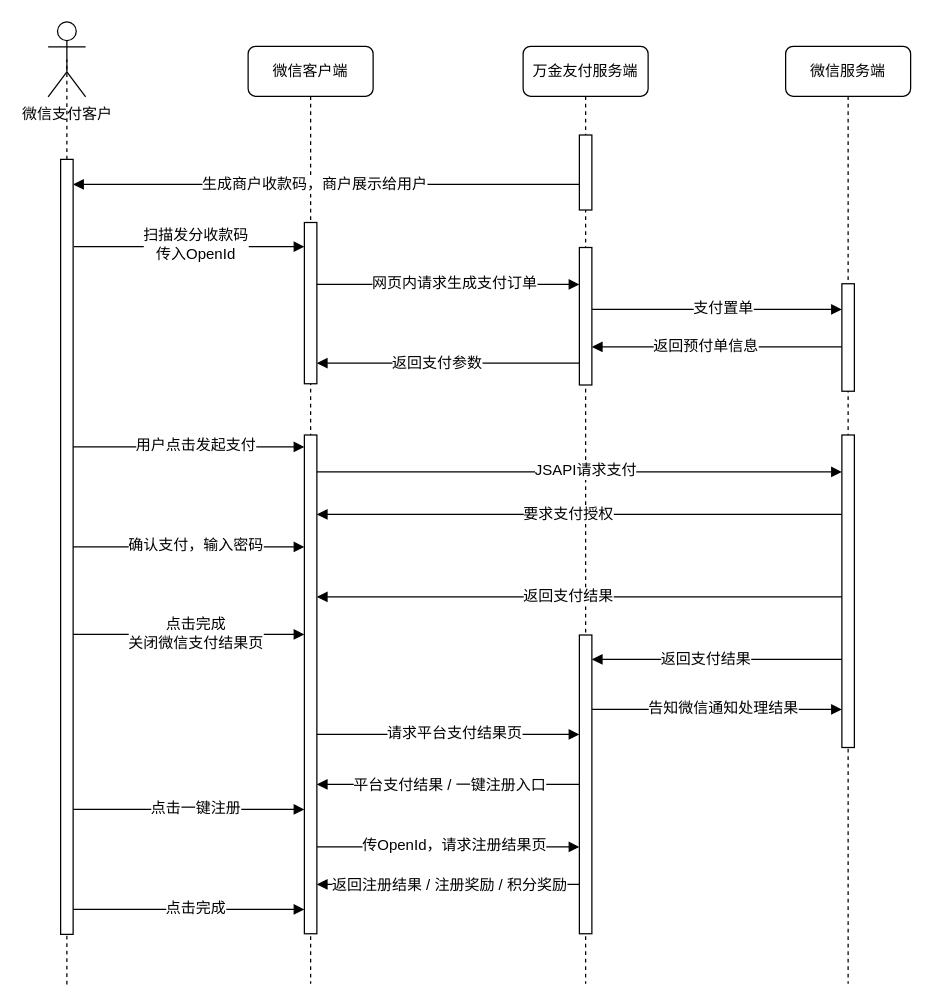
Before: page "场景2-非万金友会员支付" (2 of 5) of Untitled Diagram.drawio in firefirefirewood/Hello-World, a draw.io diagram. Source tidied: cells renumbered, new cells numbered last; positions are measured from the earlier drawing's top-left corner, leaving out a move shared by most shapes. Both pictures are drawn from the tidied source at 125%, with x=0, y=0 at pixel (48, 21).
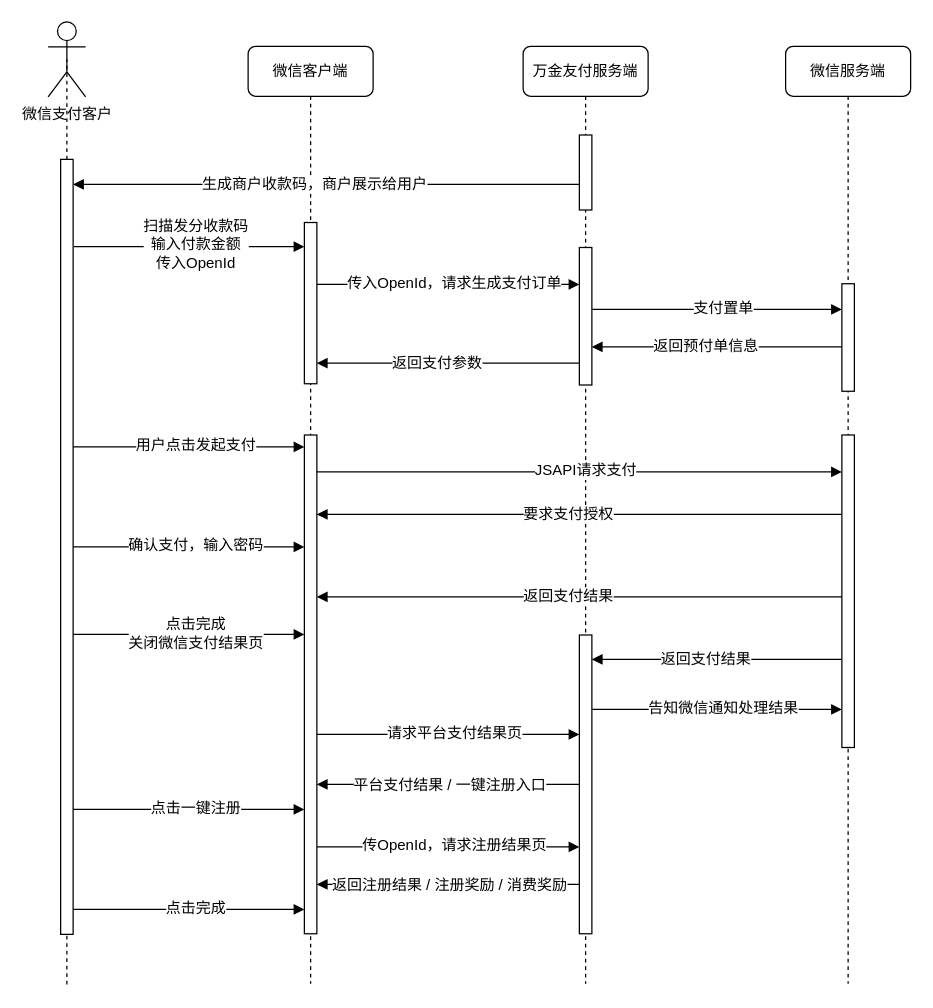
After the change.

The change refers to these unchanged cells:
```xml
<mxCell id="12" style="html=1;verticalAlign=bottom;endArrow=block;labelBackgroundColor=none;fontFamily=Verdana;fontSize=12;elbow=vertical;exitX=1.059;exitY=0.094;exitDx=0;exitDy=0;exitPerimeter=0;" parent="1" edge="1">
  <mxGeometry relative="1" as="geometry">
    <mxPoint x="20.6" y="179.8" as="sourcePoint" />
    <mxPoint x="205" y="179.8" as="targetPoint" />
  </mxGeometry>
</mxCell>
<mxCell id="19" style="html=1;verticalAlign=bottom;endArrow=block;labelBackgroundColor=none;fontFamily=Verdana;fontSize=12;elbow=vertical;" parent="1" edge="1">
  <mxGeometry relative="1" as="geometry">
    <mxPoint x="215" y="210" as="sourcePoint" />
    <mxPoint x="425" y="210" as="targetPoint" />
  </mxGeometry>
</mxCell>
<mxCell id="51" style="html=1;verticalAlign=bottom;endArrow=block;labelBackgroundColor=none;fontFamily=Verdana;fontSize=12;elbow=vertical;" parent="1" edge="1">
  <mxGeometry relative="1" as="geometry">
    <mxPoint x="425" y="690" as="sourcePoint" />
    <mxPoint x="215" y="690" as="targetPoint" />
  </mxGeometry>
</mxCell>
```

The edit, as a diff of the source:
```diff
@@
-    <mxCell id="13" value="扫描发分收款码&lt;br&gt;传入OpenId" style="text;html=1;align=center;verticalAlign=middle;labelBackgroundColor=#ffffff;" parent="12" vertex="1">
+    <mxCell id="13" value="扫描发分收款码&lt;br&gt;输入付款金额&lt;br&gt;传入OpenId" style="text;html=1;align=center;verticalAlign=middle;labelBackgroundColor=#ffffff;" parent="12" vertex="1">
       <mxGeometry y="-10" relative="1" as="geometry">
         <mxPoint x="4.5" y="-12" as="offset" />
       </mxGeometry>
     </mxCell>
@@
-    <mxCell id="20" value="网页内请求生成支付订单" style="text;html=1;align=center;verticalAlign=middle;labelBackgroundColor=#ffffff;" parent="19" vertex="1">
+    <mxCell id="20" value="传入OpenId，请求生成支付订单" style="text;html=1;align=center;verticalAlign=middle;labelBackgroundColor=#ffffff;" parent="19" vertex="1">
       <mxGeometry y="-10" relative="1" as="geometry">
         <mxPoint x="4.5" y="-12" as="offset" />
       </mxGeometry>
     </mxCell>
@@
-    <mxCell id="52" value="返回注册结果 /&amp;nbsp;注册奖励 /&amp;nbsp;积分奖励" style="text;html=1;align=center;verticalAlign=middle;labelBackgroundColor=#ffffff;" parent="51" vertex="1">
+    <mxCell id="52" value="返回注册结果 /&amp;nbsp;注册奖励 /&amp;nbsp;消费奖励" style="text;html=1;align=center;verticalAlign=middle;labelBackgroundColor=#ffffff;" parent="51" vertex="1">
       <mxGeometry y="-10" relative="1" as="geometry">
         <mxPoint y="10" as="offset" />
       </mxGeometry>
     </mxCell>
```
